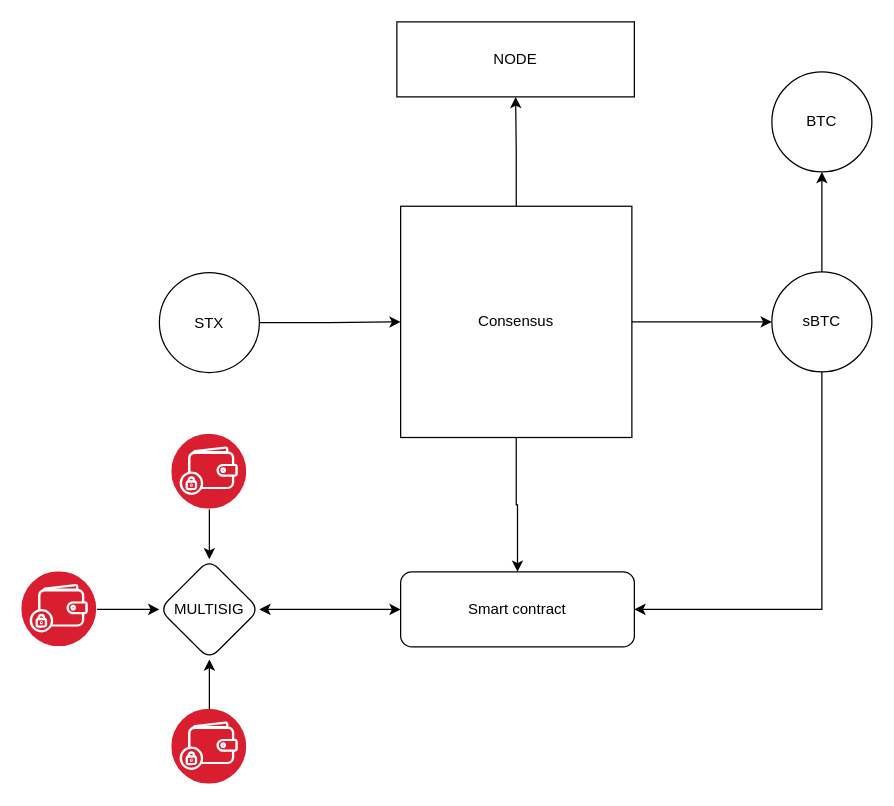
Earlier version of the draw.io diagram sBTCVault.drawio (ali-05-ahmed/Concept-Diagrams). Source tidied: cells renumbered, new cells numbered last; positions are measured from the earlier drawing's top-left corner, leaving out a move shared by most shapes. Both pictures are drawn from the tidied source at 125%, with x=0, y=0 at pixel (21, 21).
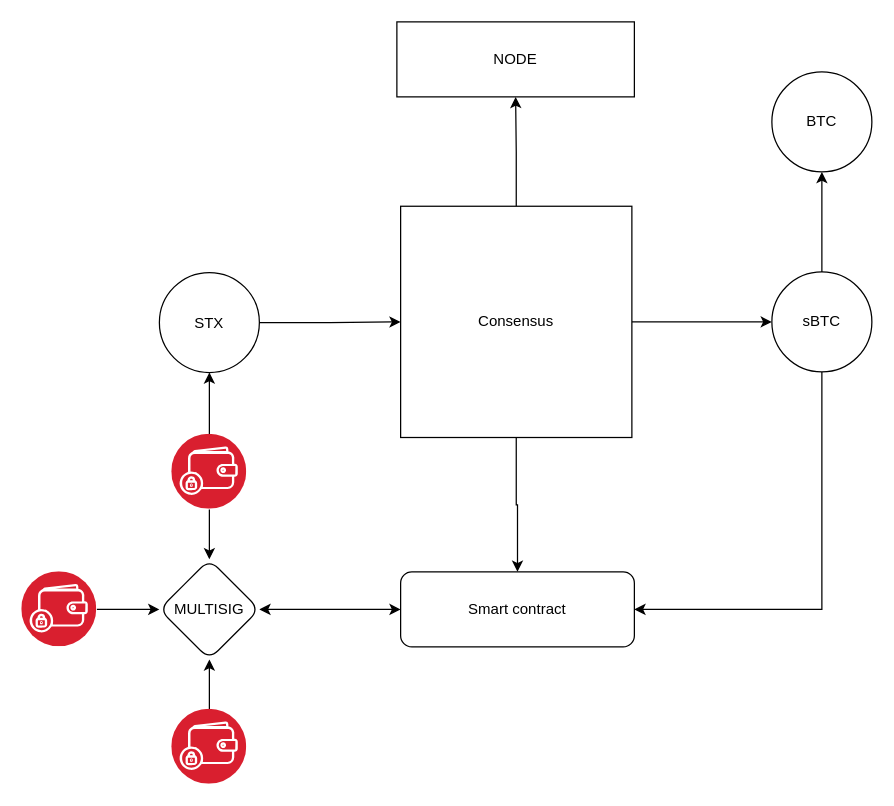
The same diagram, later.

Unchanged cells that the change refers to:
```xml
<mxCell id="7" value="STX" style="ellipse;whiteSpace=wrap;html=1;" parent="1" vertex="1">
  <mxGeometry x="110" y="200.5" width="80" height="80" as="geometry" />
</mxCell>
<mxCell id="17" style="image;perimeter=ellipsePerimeter;html=1;align=center;shadow=0;dashed=0;fontColor=#4277BB;labelBackgroundColor=default;fontSize=12;spacingTop=3;image=img/lib/ibm/blockchain/wallet.svg;" parent="1" vertex="1">
  <mxGeometry x="120" y="330" width="60" height="60" as="geometry" />
</mxCell>
```

Change to the diagram source:
```diff
@@
+    <mxCell id="22" style="edgeStyle=orthogonalEdgeStyle;rounded=0;jettySize=auto;html=1;" parent="1" edge="1" source="17" target="7">
+      <mxGeometry relative="1" as="geometry" />
+    </mxCell>
```
